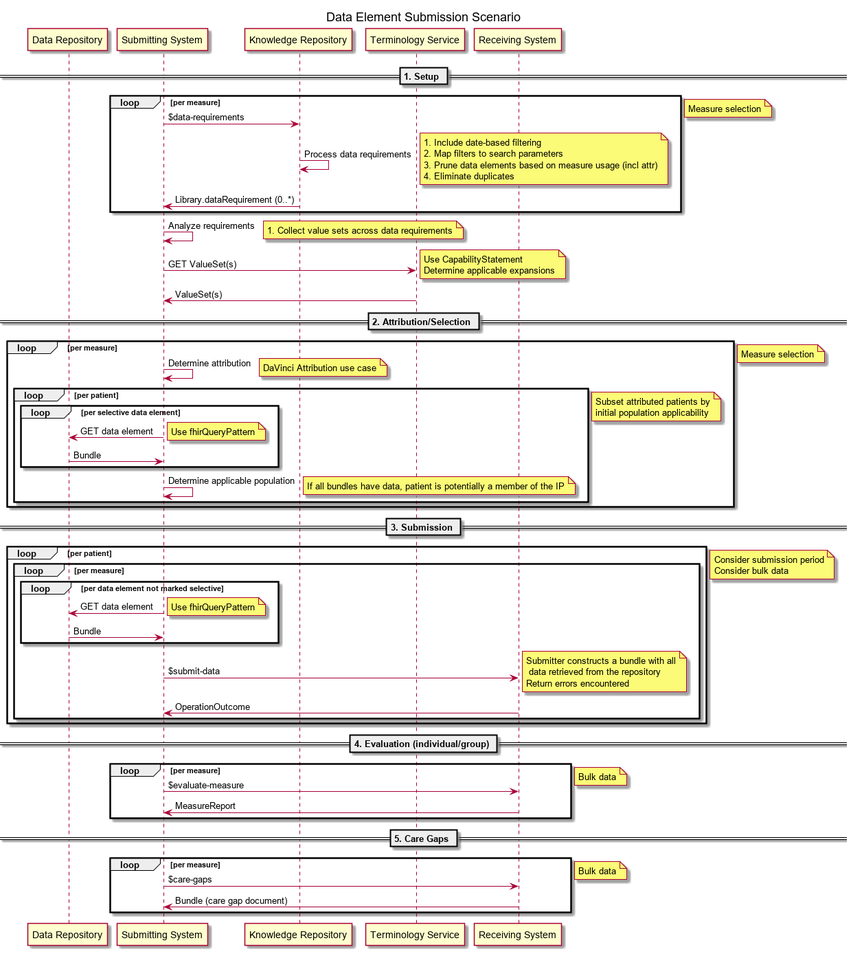
Earlier version of the PlantUML export input/images/Data_Element_Submission_Scenario.png (HL7/cqf-measures).
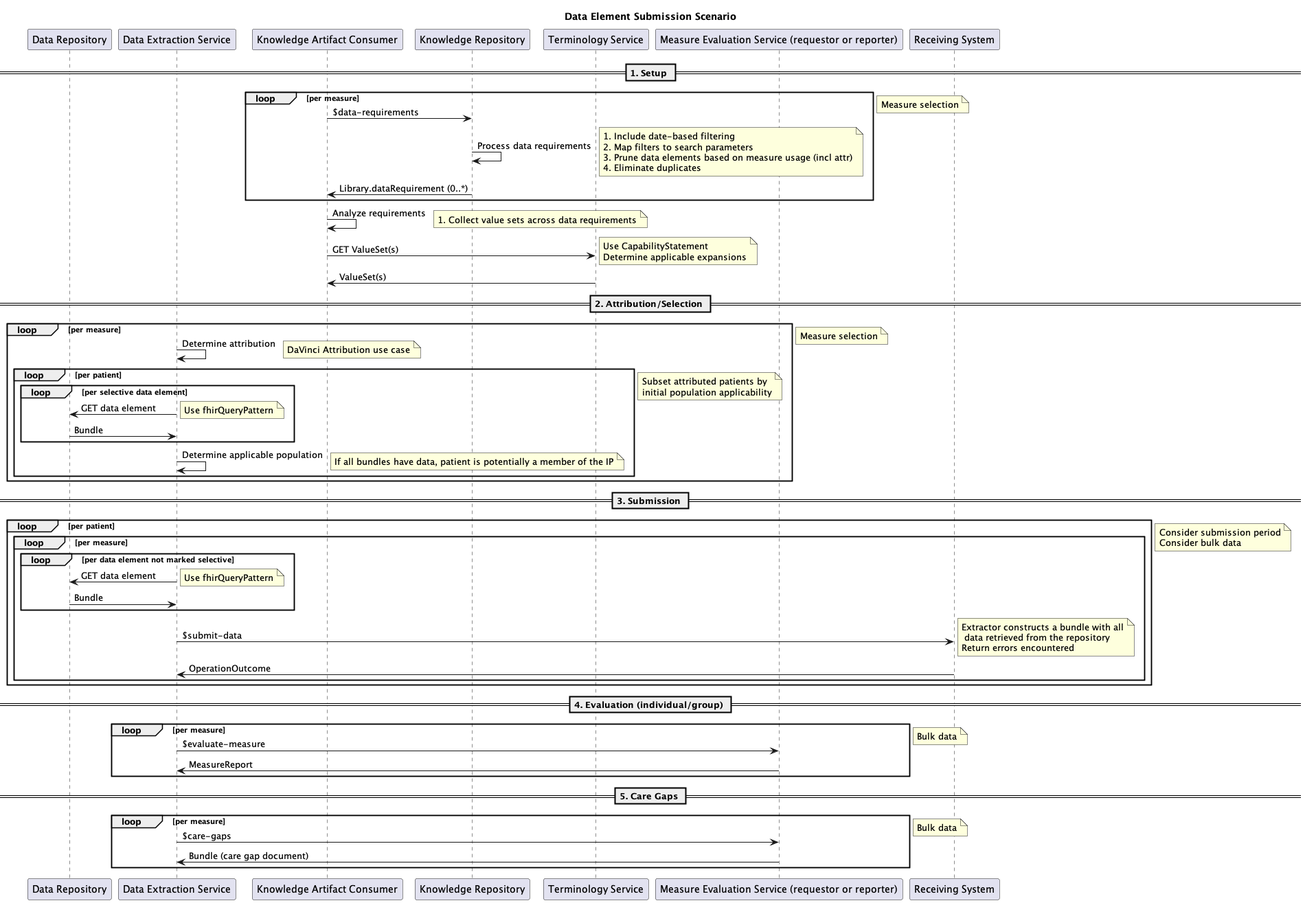
After the commit.

Commit message:
FHIR-43681 - Updated Sequence diagram on capabilities to add new actors and updated flow

Change to the diagram source:
```diff
@@ -1,36 +1,38 @@
 @startuml Data_Element_Submission_Scenario
 title Data Element Submission Scenario
 participant "Data Repository" as DR
-participant "Submitting System" as Submitter
+participant "Data Extraction Service" as Extractor
+participant "Knowledge Artifact Consumer" as Consumer
 participant "Knowledge Repository" as KR
 participant "Terminology Service" as TS
+participant "Measure Evaluation Service (requestor or reporter)" as Evaluator
 participant "Receiving System" as Receiver
 
 == 1. Setup ==
 loop per measure
-    Submitter -> KR: $data-requirements
+    Consumer -> KR: $data-requirements
     KR -> KR: Process data requirements
     note right: 1. Include date-based filtering\n2. Map filters to search parameters\n3. Prune data elements based on measure usage (incl attr)\n4. Eliminate duplicates
-    KR -> Submitter: Library.dataRequirement (0..*)
+    KR -> Consumer: Library.dataRequirement (0..*)
 end
 note right: Measure selection
-Submitter -> Submitter: Analyze requirements
+Consumer -> Consumer: Analyze requirements
 note right: 1. Collect value sets across data requirements
-Submitter -> TS: GET ValueSet(s)
+Consumer -> TS: GET ValueSet(s)
 note right: Use CapabilityStatement\nDetermine applicable expansions
-TS -> Submitter: ValueSet(s)
+TS -> Consumer: ValueSet(s)
 
 == 2. Attribution/Selection ==
 loop per measure
-    Submitter -> Submitter: Determine attribution
+    Extractor -> Extractor: Determine attribution
     note right: DaVinci Attribution use case
     loop per patient
         loop per selective data element
-            Submitter -> DR: GET data element
+            Extractor -> DR: GET data element
             note right: Use fhirQueryPattern
-            DR -> Submitter: Bundle
+            DR -> Extractor: Bundle
         end
-        Submitter -> Submitter: Determine applicable population
+        Extractor -> Extractor: Determine applicable population
         note right: If all bundles have data, patient is potentially a member of the IP
     end
     note right: Subset attributed patients by\ninitial population applicability
@@ -41,28 +43,28 @@
 loop per patient
     loop per measure
         loop per data element not marked selective
-            Submitter -> DR: GET data element
+            Extractor -> DR: GET data element
             note right: Use fhirQueryPattern
-            DR -> Submitter: Bundle
+            DR -> Extractor: Bundle
         end
-        Submitter -> Receiver: $submit-data
-        note right: Submitter constructs a bundle with all\n data retrieved from the repository\nReturn errors encountered
-        Receiver -> Submitter: OperationOutcome
+        Extractor -> Receiver: $submit-data
+        note right: Extractor constructs a bundle with all\n data retrieved from the repository\nReturn errors encountered
+        Receiver -> Extractor: OperationOutcome
     end
 end
 note right: Consider submission period\nConsider bulk data
 
 == 4. Evaluation (individual/group) ==
 loop per measure
-    Submitter -> Receiver: $evaluate-measure
-    Receiver -> Submitter: MeasureReport
+    Extractor -> Evaluator: $evaluate-measure
+    Evaluator -> Extractor: MeasureReport
 end
 note right: Bulk data
 
 == 5. Care Gaps ==
 loop per measure
-    Submitter -> Receiver: $care-gaps
-    Receiver -> Submitter: Bundle (care gap document)
+    Extractor -> Evaluator: $care-gaps
+    Evaluator -> Extractor: Bundle (care gap document)
 end
 note right: Bulk data
 @enduml
```
